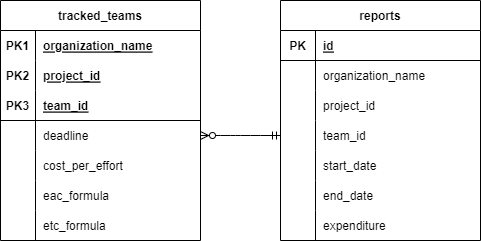
Above: design/entity-relationship-diagram.png in gldnpz17/skripsi-app (draw.io), before the change. Source tidied: cells renumbered, new cells last; positions are measured from the earlier drawing's top-left corner, leaving out a move shared by most shapes.
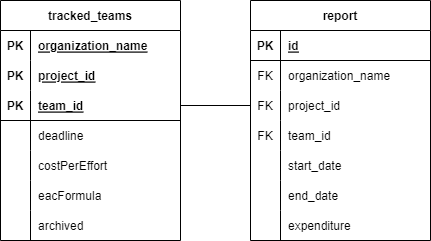
Later version of the same file.

What changed in the source:
```diff
@@ -2,140 +2,140 @@
   <root>
     <mxCell id="0" />
     <mxCell id="1" parent="0" />
+    <mxCell id="47" value="tracked_teams" style="shape=table;startSize=30;rowLines=0;fontStyle=1;align=center;" parent="1" vertex="1">
+      <mxGeometry x="-10" y="-20" width="180" height="240" as="geometry" />
+    </mxCell>
-    <mxCell id="2" value="tracked_teams" style="shape=table;startSize=30;rowLines=0;fontStyle=1;align=center;" parent="1" vertex="1">
-      <mxGeometry width="200" height="240" as="geometry" />
+    <mxCell id="2" style="shape=tableRow;horizontal=0;startSize=0;swimlaneHead=0;swimlaneBody=0;fillColor=none;top=0;left=0;right=0;bottom=0;" parent="47" vertex="1">
+      <mxGeometry y="30" width="180" height="30" as="geometry" />
     </mxCell>
-    <mxCell id="3" style="shape=tableRow;horizontal=0;startSize=0;swimlaneHead=0;swimlaneBody=0;fillColor=none;top=0;left=0;right=0;bottom=0;" parent="2" vertex="1">
-      <mxGeometry y="30" width="200" height="30" as="geometry" />
+    <mxCell id="3" value="PK" style="shape=partialRectangle;fillColor=none;top=0;left=0;bottom=0;right=0;overflow=hidden;fontStyle=1;" parent="2" vertex="1">
+      <mxGeometry width="30" height="30" as="geometry" />
     </mxCell>
-    <mxCell id="4" value="PK1" style="shape=partialRectangle;fillColor=none;top=0;left=0;bottom=0;right=0;fontStyle=1;overflow=hidden;" parent="3" vertex="1">
-      <mxGeometry width="35" height="30" as="geometry" />
+    <mxCell id="4" value="organization_name" style="shape=partialRectangle;fillColor=none;top=0;left=0;bottom=0;right=0;align=left;spacingLeft=6;overflow=hidden;fontStyle=5;" parent="2" vertex="1">
+      <mxGeometry x="30" width="150" height="30" as="geometry" />
     </mxCell>
-    <mxCell id="5" value="organization_name" style="shape=partialRectangle;fillColor=none;top=0;left=0;bottom=0;right=0;align=left;spacingLeft=6;fontStyle=5;overflow=hidden;" parent="3" vertex="1">
-      <mxGeometry x="35" width="165" height="30" as="geometry" />
+    <mxCell id="5" style="shape=tableRow;horizontal=0;startSize=0;swimlaneHead=0;swimlaneBody=0;fillColor=none;top=0;left=0;right=0;bottom=0;" parent="47" vertex="1">
+      <mxGeometry y="60" width="180" height="30" as="geometry" />
     </mxCell>
-    <mxCell id="6" style="shape=tableRow;horizontal=0;startSize=0;swimlaneHead=0;swimlaneBody=0;fillColor=none;top=0;left=0;right=0;bottom=0;" parent="2" vertex="1">
-      <mxGeometry y="60" width="200" height="30" as="geometry" />
-    </mxCell>
-    <mxCell id="7" value="PK2" style="shape=partialRectangle;fillColor=none;top=0;left=0;bottom=0;right=0;fontStyle=1;overflow=hidden;" parent="6" vertex="1">
-      <mxGeometry width="35" height="30" as="geometry" />
-    </mxCell>
-    <mxCell id="8" value="project_id" style="shape=partialRectangle;fillColor=none;top=0;left=0;bottom=0;right=0;align=left;spacingLeft=6;fontStyle=5;overflow=hidden;" parent="6" vertex="1">
-      <mxGeometry x="35" width="165" height="30" as="geometry" />
-    </mxCell>
-    <mxCell id="9" style="shape=tableRow;horizontal=0;startSize=0;swimlaneHead=0;swimlaneBody=0;fillColor=none;top=0;left=0;right=0;bottom=1;" parent="2" vertex="1">
-      <mxGeometry y="90" width="200" height="30" as="geometry" />
+    <mxCell id="9" value="PK" style="shape=partialRectangle;fillColor=none;top=0;left=0;bottom=0;right=0;overflow=hidden;fontStyle=1;" parent="5" vertex="1">
+      <mxGeometry width="30" height="30" as="geometry" />
     </mxCell>
-    <mxCell id="10" value="PK3" style="shape=partialRectangle;fillColor=none;top=0;left=0;bottom=0;right=0;fontStyle=1;overflow=hidden;" parent="9" vertex="1">
-      <mxGeometry width="35" height="30" as="geometry" />
+    <mxCell id="10" value="project_id" style="shape=partialRectangle;fillColor=none;top=0;left=0;bottom=0;right=0;align=left;spacingLeft=6;overflow=hidden;fontStyle=5;" parent="5" vertex="1">
+      <mxGeometry x="30" width="150" height="30" as="geometry" />
     </mxCell>
+    <mxCell id="48" style="shape=tableRow;horizontal=0;startSize=0;swimlaneHead=0;swimlaneBody=0;fillColor=none;points=[[0,0.5],[1,0.5]];portConstraint=eastwest;top=0;left=0;right=0;bottom=1;" parent="47" vertex="1">
+      <mxGeometry y="90" width="180" height="30" as="geometry" />
+    </mxCell>
+    <mxCell id="49" value="PK" style="shape=partialRectangle;fillColor=none;top=0;left=0;bottom=0;right=0;fontStyle=1;overflow=hidden;" parent="48" vertex="1">
+      <mxGeometry width="30" height="30" as="geometry" />
+    </mxCell>
-    <mxCell id="11" value="team_id" style="shape=partialRectangle;fillColor=none;top=0;left=0;bottom=0;right=0;align=left;spacingLeft=6;fontStyle=5;overflow=hidden;" parent="9" vertex="1">
-      <mxGeometry x="35" width="165" height="30" as="geometry" />
+    <mxCell id="11" value="team_id" style="shape=partialRectangle;fillColor=none;top=0;left=0;bottom=0;right=0;align=left;spacingLeft=6;fontStyle=5;overflow=hidden;" parent="48" vertex="1">
+      <mxGeometry x="30" width="150" height="30" as="geometry" />
     </mxCell>
-    <mxCell id="12" style="shape=tableRow;horizontal=0;startSize=0;swimlaneHead=0;swimlaneBody=0;fillColor=none;points=[[0,0.5],[1,0.5]];portConstraint=eastwest;top=0;left=0;right=0;bottom=0;" parent="2" vertex="1">
-      <mxGeometry y="120" width="200" height="30" as="geometry" />
-    </mxCell>
-    <mxCell id="13" style="shape=partialRectangle;fillColor=none;top=0;left=0;bottom=0;right=0;overflow=hidden;" parent="12" vertex="1">
-      <mxGeometry width="35" height="30" as="geometry" />
-    </mxCell>
+    <mxCell id="50" style="shape=tableRow;horizontal=0;startSize=0;swimlaneHead=0;swimlaneBody=0;fillColor=none;top=0;left=0;right=0;bottom=0;" parent="47" vertex="1">
+      <mxGeometry y="120" width="180" height="30" as="geometry" />
+    </mxCell>
+    <mxCell id="51" style="shape=partialRectangle;fillColor=none;top=0;left=0;bottom=0;right=0;overflow=hidden;" parent="50" vertex="1">
+      <mxGeometry width="30" height="30" as="geometry" />
+    </mxCell>
-    <mxCell id="14" value="deadline" style="shape=partialRectangle;fillColor=none;top=0;left=0;bottom=0;right=0;align=left;spacingLeft=6;overflow=hidden;" parent="12" vertex="1">
-      <mxGeometry x="35" width="165" height="30" as="geometry" />
+    <mxCell id="14" value="deadline" style="shape=partialRectangle;fillColor=none;top=0;left=0;bottom=0;right=0;align=left;spacingLeft=6;overflow=hidden;" parent="50" vertex="1">
+      <mxGeometry x="30" width="150" height="30" as="geometry" />
     </mxCell>
-    <mxCell id="15" style="shape=tableRow;horizontal=0;startSize=0;swimlaneHead=0;swimlaneBody=0;fillColor=none;top=0;left=0;right=0;bottom=0;" parent="2" vertex="1">
-      <mxGeometry y="150" width="200" height="30" as="geometry" />
-    </mxCell>
-    <mxCell id="16" style="shape=partialRectangle;fillColor=none;top=0;left=0;bottom=0;right=0;overflow=hidden;" parent="15" vertex="1">
-      <mxGeometry width="35" height="30" as="geometry" />
-    </mxCell>
-    <mxCell id="17" value="cost_per_effort" style="shape=partialRectangle;fillColor=none;top=0;left=0;bottom=0;right=0;align=left;spacingLeft=6;overflow=hidden;" parent="15" vertex="1">
-      <mxGeometry x="35" width="165" height="30" as="geometry" />
-    </mxCell>
-    <mxCell id="18" style="shape=tableRow;horizontal=0;startSize=0;swimlaneHead=0;swimlaneBody=0;fillColor=none;top=0;left=0;right=0;bottom=0;" parent="2" vertex="1">
-      <mxGeometry y="180" width="200" height="30" as="geometry" />
-    </mxCell>
-    <mxCell id="19" style="shape=partialRectangle;fillColor=none;top=0;left=0;bottom=0;right=0;overflow=hidden;" parent="18" vertex="1">
-      <mxGeometry width="35" height="30" as="geometry" />
-    </mxCell>
-    <mxCell id="20" value="eac_formula" style="shape=partialRectangle;fillColor=none;top=0;left=0;bottom=0;right=0;align=left;spacingLeft=6;overflow=hidden;" parent="18" vertex="1">
-      <mxGeometry x="35" width="165" height="30" as="geometry" />
-    </mxCell>
-    <mxCell id="21" style="shape=tableRow;horizontal=0;startSize=0;swimlaneHead=0;swimlaneBody=0;fillColor=none;top=0;left=0;right=0;bottom=0;" parent="2" vertex="1">
-      <mxGeometry y="210" width="200" height="30" as="geometry" />
-    </mxCell>
-    <mxCell id="22" style="shape=partialRectangle;fillColor=none;top=0;left=0;bottom=0;right=0;overflow=hidden;" parent="21" vertex="1">
-      <mxGeometry width="35" height="30" as="geometry" />
-    </mxCell>
-    <mxCell id="23" value="etc_formula" style="shape=partialRectangle;fillColor=none;top=0;left=0;bottom=0;right=0;align=left;spacingLeft=6;overflow=hidden;" parent="21" vertex="1">
-      <mxGeometry x="35" width="165" height="30" as="geometry" />
-    </mxCell>
-    <mxCell id="24" value="reports" style="shape=table;startSize=30;rowLines=0;fontStyle=1;align=center;" parent="1" vertex="1">
-      <mxGeometry x="280" width="200" height="240" as="geometry" />
-    </mxCell>
+    <mxCell id="52" style="shape=tableRow;horizontal=0;startSize=0;swimlaneHead=0;swimlaneBody=0;fillColor=none;top=0;left=0;right=0;bottom=0;" parent="47" vertex="1">
+      <mxGeometry y="150" width="180" height="30" as="geometry" />
+    </mxCell>
+    <mxCell id="53" style="shape=partialRectangle;fillColor=none;top=0;left=0;bottom=0;right=0;overflow=hidden;" parent="52" vertex="1">
+      <mxGeometry width="30" height="30" as="geometry" />
+    </mxCell>
+    <mxCell id="54" value="costPerEffort" style="shape=partialRectangle;fillColor=none;top=0;left=0;bottom=0;right=0;align=left;spacingLeft=6;overflow=hidden;" parent="52" vertex="1">
+      <mxGeometry x="30" width="150" height="30" as="geometry" />
+    </mxCell>
+    <mxCell id="46" style="shape=tableRow;horizontal=0;startSize=0;swimlaneHead=0;swimlaneBody=0;fillColor=none;top=0;left=0;right=0;bottom=0;" parent="47" vertex="1">
+      <mxGeometry y="180" width="180" height="30" as="geometry" />
+    </mxCell>
+    <mxCell id="55" style="shape=partialRectangle;fillColor=none;top=0;left=0;bottom=0;right=0;overflow=hidden;" parent="46" vertex="1">
+      <mxGeometry width="30" height="30" as="geometry" />
+    </mxCell>
+    <mxCell id="56" value="eacFormula" style="shape=partialRectangle;fillColor=none;top=0;left=0;bottom=0;right=0;align=left;spacingLeft=6;overflow=hidden;" parent="46" vertex="1">
+      <mxGeometry x="30" width="150" height="30" as="geometry" />
+    </mxCell>
+    <mxCell id="57" style="shape=tableRow;horizontal=0;startSize=0;swimlaneHead=0;swimlaneBody=0;fillColor=none;top=0;left=0;right=0;bottom=0;" parent="47" vertex="1">
+      <mxGeometry y="210" width="180" height="30" as="geometry" />
+    </mxCell>
+    <mxCell id="58" style="shape=partialRectangle;fillColor=none;top=0;left=0;bottom=0;right=0;overflow=hidden;" parent="57" vertex="1">
+      <mxGeometry width="30" height="30" as="geometry" />
+    </mxCell>
+    <mxCell id="59" value="archived" style="shape=partialRectangle;fillColor=none;top=0;left=0;bottom=0;right=0;align=left;spacingLeft=6;overflow=hidden;" parent="57" vertex="1">
+      <mxGeometry x="30" width="150" height="30" as="geometry" />
+    </mxCell>
+    <mxCell id="60" value="report" style="shape=table;startSize=30;rowLines=0;fontStyle=1;align=center;" parent="1" vertex="1">
+      <mxGeometry x="240" y="-20" width="180" height="240" as="geometry" />
+    </mxCell>
+    <mxCell id="61" style="shape=tableRow;horizontal=0;startSize=0;swimlaneHead=0;swimlaneBody=0;fillColor=none;top=0;left=0;right=0;bottom=1;" parent="60" vertex="1">
+      <mxGeometry y="30" width="180" height="30" as="geometry" />
+    </mxCell>
+    <mxCell id="62" value="PK" style="shape=partialRectangle;fillColor=none;top=0;left=0;bottom=0;right=0;fontStyle=1;overflow=hidden;" parent="61" vertex="1">
+      <mxGeometry width="30" height="30" as="geometry" />
+    </mxCell>
+    <mxCell id="63" value="id" style="shape=partialRectangle;fillColor=none;top=0;left=0;bottom=0;right=0;align=left;spacingLeft=6;fontStyle=5;overflow=hidden;" parent="61" vertex="1">
+      <mxGeometry x="30" width="150" height="30" as="geometry" />
+    </mxCell>
-    <mxCell id="25" style="shape=tableRow;horizontal=0;startSize=0;swimlaneHead=0;swimlaneBody=0;fillColor=none;top=0;left=0;right=0;bottom=1;" parent="24" vertex="1">
-      <mxGeometry y="30" width="200" height="30" as="geometry" />
+    <mxCell id="25" style="shape=tableRow;horizontal=0;startSize=0;swimlaneHead=0;swimlaneBody=0;fillColor=none;top=0;left=0;right=0;bottom=0;" parent="60" vertex="1">
+      <mxGeometry y="60" width="180" height="30" as="geometry" />
     </mxCell>
-    <mxCell id="26" value="PK" style="shape=partialRectangle;fillColor=none;top=0;left=0;bottom=0;right=0;fontStyle=1;overflow=hidden;" parent="25" vertex="1">
-      <mxGeometry width="35" height="30" as="geometry" />
+    <mxCell id="26" value="FK" style="shape=partialRectangle;fillColor=none;top=0;left=0;bottom=0;right=0;overflow=hidden;" parent="25" vertex="1">
+      <mxGeometry width="30" height="30" as="geometry" />
     </mxCell>
-    <mxCell id="27" value="id" style="shape=partialRectangle;fillColor=none;top=0;left=0;bottom=0;right=0;align=left;spacingLeft=6;fontStyle=5;overflow=hidden;" parent="25" vertex="1">
-      <mxGeometry x="35" width="165" height="30" as="geometry" />
+    <mxCell id="27" value="organization_name" style="shape=partialRectangle;fillColor=none;top=0;left=0;bottom=0;right=0;align=left;spacingLeft=6;overflow=hidden;" parent="25" vertex="1">
+      <mxGeometry x="30" width="150" height="30" as="geometry" />
     </mxCell>
-    <mxCell id="28" style="shape=tableRow;horizontal=0;startSize=0;swimlaneHead=0;swimlaneBody=0;fillColor=none;points=[[0,0.5],[1,0.5]];portConstraint=eastwest;top=0;left=0;right=0;bottom=0;" parent="24" vertex="1">
-      <mxGeometry y="60" width="200" height="30" as="geometry" />
+    <mxCell id="28" style="shape=tableRow;horizontal=0;startSize=0;swimlaneHead=0;swimlaneBody=0;fillColor=none;points=[[0,0.5],[1,0.5]];portConstraint=eastwest;top=0;left=0;right=0;bottom=0;" parent="60" vertex="1">
+      <mxGeometry y="90" width="180" height="30" as="geometry" />
     </mxCell>
-    <mxCell id="29" style="shape=partialRectangle;fillColor=none;top=0;left=0;bottom=0;right=0;overflow=hidden;" parent="28" vertex="1">
-      <mxGeometry width="35" height="30" as="geometry" />
+    <mxCell id="29" value="FK" style="shape=partialRectangle;fillColor=none;top=0;left=0;bottom=0;right=0;overflow=hidden;" parent="28" vertex="1">
+      <mxGeometry width="30" height="30" as="geometry" />
     </mxCell>
-    <mxCell id="30" value="organization_name" style="shape=partialRectangle;fillColor=none;top=0;left=0;bottom=0;right=0;align=left;spacingLeft=6;overflow=hidden;" parent="28" vertex="1">
-      <mxGeometry x="35" width="165" height="30" as="geometry" />
+    <mxCell id="30" value="project_id" style="shape=partialRectangle;fillColor=none;top=0;left=0;bottom=0;right=0;align=left;spacingLeft=6;overflow=hidden;" parent="28" vertex="1">
+      <mxGeometry x="30" width="150" height="30" as="geometry" />
     </mxCell>
-    <mxCell id="31" style="shape=tableRow;horizontal=0;startSize=0;swimlaneHead=0;swimlaneBody=0;fillColor=none;top=0;left=0;right=0;bottom=0;" parent="24" vertex="1">
-      <mxGeometry y="90" width="200" height="30" as="geometry" />
+    <mxCell id="31" style="shape=tableRow;horizontal=0;startSize=0;swimlaneHead=0;swimlaneBody=0;fillColor=none;top=0;left=0;right=0;bottom=0;" parent="60" vertex="1">
+      <mxGeometry y="120" width="180" height="30" as="geometry" />
     </mxCell>
-    <mxCell id="32" style="shape=partialRectangle;fillColor=none;top=0;left=0;bottom=0;right=0;overflow=hidden;" parent="31" vertex="1">
-      <mxGeometry width="35" height="30" as="geometry" />
+    <mxCell id="32" value="FK" style="shape=partialRectangle;fillColor=none;top=0;left=0;bottom=0;right=0;overflow=hidden;" parent="31" vertex="1">
+      <mxGeometry width="30" height="30" as="geometry" />
     </mxCell>
-    <mxCell id="33" value="project_id" style="shape=partialRectangle;fillColor=none;top=0;left=0;bottom=0;right=0;align=left;spacingLeft=6;overflow=hidden;" parent="31" vertex="1">
-      <mxGeometry x="35" width="165" height="30" as="geometry" />
+    <mxCell id="33" value="team_id" style="shape=partialRectangle;fillColor=none;top=0;left=0;bottom=0;right=0;align=left;spacingLeft=6;overflow=hidden;" parent="31" vertex="1">
+      <mxGeometry x="30" width="150" height="30" as="geometry" />
     </mxCell>
-    <mxCell id="34" style="shape=tableRow;horizontal=0;startSize=0;swimlaneHead=0;swimlaneBody=0;fillColor=none;points=[[0,0.5],[1,0.5]];portConstraint=eastwest;top=0;left=0;right=0;bottom=0;" parent="24" vertex="1">
-      <mxGeometry y="120" width="200" height="30" as="geometry" />
+    <mxCell id="34" style="shape=tableRow;horizontal=0;startSize=0;swimlaneHead=0;swimlaneBody=0;fillColor=none;points=[[0,0.5],[1,0.5]];portConstraint=eastwest;top=0;left=0;right=0;bottom=0;" parent="60" vertex="1">
+      <mxGeometry y="150" width="180" height="30" as="geometry" />
     </mxCell>
     <mxCell id="35" style="shape=partialRectangle;fillColor=none;top=0;left=0;bottom=0;right=0;overflow=hidden;" parent="34" vertex="1">
-      <mxGeometry width="35" height="30" as="geometry" />
+      <mxGeometry width="30" height="30" as="geometry" />
     </mxCell>
-    <mxCell id="36" value="team_id" style="shape=partialRectangle;fillColor=none;top=0;left=0;bottom=0;right=0;align=left;spacingLeft=6;overflow=hidden;" parent="34" vertex="1">
-      <mxGeometry x="35" width="165" height="30" as="geometry" />
+    <mxCell id="36" value="start_date" style="shape=partialRectangle;fillColor=none;top=0;left=0;bottom=0;right=0;align=left;spacingLeft=6;overflow=hidden;" parent="34" vertex="1">
+      <mxGeometry x="30" width="150" height="30" as="geometry" />
     </mxCell>
-    <mxCell id="37" style="shape=tableRow;horizontal=0;startSize=0;swimlaneHead=0;swimlaneBody=0;fillColor=none;top=0;left=0;right=0;bottom=0;" parent="24" vertex="1">
-      <mxGeometry y="150" width="200" height="30" as="geometry" />
+    <mxCell id="37" style="shape=tableRow;horizontal=0;startSize=0;swimlaneHead=0;swimlaneBody=0;fillColor=none;top=0;left=0;right=0;bottom=0;" parent="60" vertex="1">
+      <mxGeometry y="180" width="180" height="30" as="geometry" />
     </mxCell>
     <mxCell id="38" style="shape=partialRectangle;fillColor=none;top=0;left=0;bottom=0;right=0;overflow=hidden;" parent="37" vertex="1">
-      <mxGeometry width="35" height="30" as="geometry" />
+      <mxGeometry width="30" height="30" as="geometry" />
     </mxCell>
-    <mxCell id="39" value="start_date" style="shape=partialRectangle;fillColor=none;top=0;left=0;bottom=0;right=0;align=left;spacingLeft=6;overflow=hidden;" parent="37" vertex="1">
-      <mxGeometry x="35" width="165" height="30" as="geometry" />
+    <mxCell id="39" value="end_date" style="shape=partialRectangle;fillColor=none;top=0;left=0;bottom=0;right=0;align=left;spacingLeft=6;overflow=hidden;" parent="37" vertex="1">
+      <mxGeometry x="30" width="150" height="30" as="geometry" />
     </mxCell>
-    <mxCell id="40" style="shape=tableRow;horizontal=0;startSize=0;swimlaneHead=0;swimlaneBody=0;fillColor=none;top=0;left=0;right=0;bottom=0;" parent="24" vertex="1">
-      <mxGeometry y="180" width="200" height="30" as="geometry" />
+    <mxCell id="40" style="shape=tableRow;horizontal=0;startSize=0;swimlaneHead=0;swimlaneBody=0;fillColor=none;top=0;left=0;right=0;bottom=0;" parent="60" vertex="1">
+      <mxGeometry y="210" width="180" height="30" as="geometry" />
     </mxCell>
     <mxCell id="41" style="shape=partialRectangle;fillColor=none;top=0;left=0;bottom=0;right=0;overflow=hidden;" parent="40" vertex="1">
-      <mxGeometry width="35" height="30" as="geometry" />
+      <mxGeometry width="30" height="30" as="geometry" />
     </mxCell>
-    <mxCell id="42" value="end_date" style="shape=partialRectangle;fillColor=none;top=0;left=0;bottom=0;right=0;align=left;spacingLeft=6;overflow=hidden;" parent="40" vertex="1">
-      <mxGeometry x="35" width="165" height="30" as="geometry" />
+    <mxCell id="42" value="expenditure" style="shape=partialRectangle;fillColor=none;top=0;left=0;bottom=0;right=0;align=left;spacingLeft=6;overflow=hidden;" parent="40" vertex="1">
+      <mxGeometry x="30" width="150" height="30" as="geometry" />
     </mxCell>
-    <mxCell id="43" style="shape=tableRow;horizontal=0;startSize=0;swimlaneHead=0;swimlaneBody=0;fillColor=none;top=0;left=0;right=0;bottom=0;" parent="24" vertex="1">
-      <mxGeometry y="210" width="200" height="30" as="geometry" />
-    </mxCell>
-    <mxCell id="44" style="shape=partialRectangle;fillColor=none;top=0;left=0;bottom=0;right=0;overflow=hidden;" parent="43" vertex="1">
-      <mxGeometry width="35" height="30" as="geometry" />
-    </mxCell>
-    <mxCell id="45" value="expenditure" style="shape=partialRectangle;fillColor=none;top=0;left=0;bottom=0;right=0;align=left;spacingLeft=6;overflow=hidden;" parent="43" vertex="1">
-      <mxGeometry x="35" width="165" height="30" as="geometry" />
-    </mxCell>
-    <mxCell id="46" style="edgeStyle=entityRelationEdgeStyle;fontSize=12;html=1;endArrow=ERzeroToMany;startArrow=ERmandOne;exitX=0;exitY=0.5;exitDx=0;exitDy=0;entryX=1;entryY=0.5;entryDx=0;entryDy=0;" parent="1" edge="1" source="34" target="12">
-      <mxGeometry relative="1" as="geometry" />
-    </mxCell>
+    <mxCell id="64" style="edgeStyle=none;html=1;entryX=0;entryY=0.5;entryDx=0;entryDy=0;endArrow=none;endFill=0;" parent="1" edge="1" source="48" target="28">
+      <mxGeometry relative="1" as="geometry" />
+    </mxCell>
   </root>
 </mxGraphModel>
```
